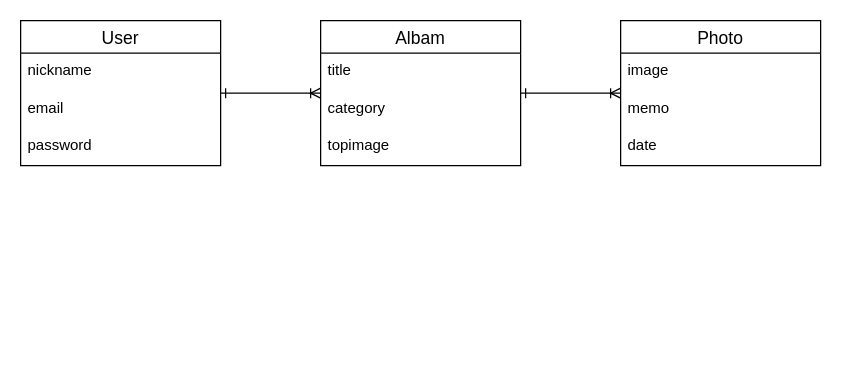
This is er.dio from yuhorn/memoria, a draw.io file, before an edit. Source tidied: cells renumbered, new cells numbered last; positions are measured from the earlier drawing's top-left corner, leaving out a move shared by most shapes. Both pictures are drawn from the tidied source at 125%, with x=0, y=0 at pixel (20, 20).
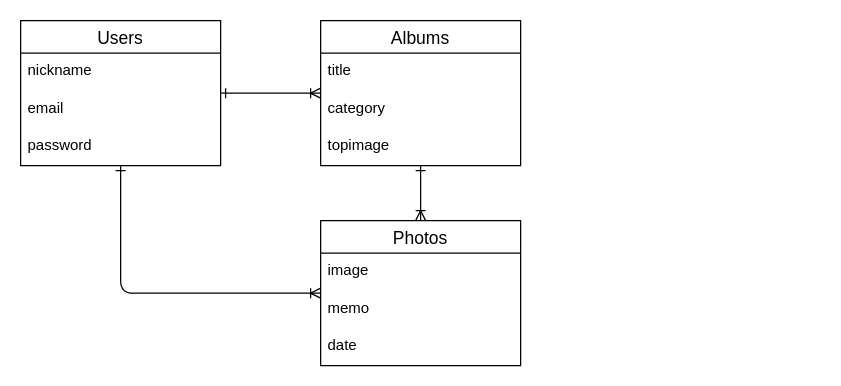
After the change.

Commit message (it also covers changes not shown here):
テーブル設計・ER図修正

The edit, as a diff of the source:
```diff
@@
 <mxGraphModel>
   <root>
     <mxCell id="0" />
     <mxCell id="1" parent="0" />
     <mxCell id="2" style="edgeStyle=none;html=1;endArrow=ERone;endFill=0;startArrow=ERoneToMany;startFill=0;" parent="1" edge="1" source="4" target="8">
       <mxGeometry relative="1" as="geometry" />
     </mxCell>
     <mxCell id="3" style="edgeStyle=none;html=1;endArrow=ERoneToMany;endFill=0;startArrow=ERone;startFill=0;" parent="1" edge="1" source="4" target="12">
       <mxGeometry relative="1" as="geometry" />
     </mxCell>
-    <mxCell id="4" value="Albam" style="swimlane;fontStyle=0;horizontal=1;startSize=26;align=center;fontSize=14;" parent="1" vertex="1">
+    <mxCell id="4" value="Albums" style="swimlane;fontStyle=0;horizontal=1;startSize=26;align=center;fontSize=14;" parent="1" vertex="1">
       <mxGeometry x="240" width="160" height="116" as="geometry" />
     </mxCell>
     <mxCell id="5" value="title" style="text;strokeColor=none;fillColor=none;spacingLeft=4;spacingRight=4;overflow=hidden;fontSize=12;" parent="4" vertex="1">
       <mxGeometry y="26" width="160" height="30" as="geometry" />
     </mxCell>
     <mxCell id="6" value="category" style="text;strokeColor=none;fillColor=none;spacingLeft=4;spacingRight=4;overflow=hidden;fontSize=12;" parent="4" vertex="1">
       <mxGeometry y="56" width="160" height="30" as="geometry" />
     </mxCell>
     <mxCell id="7" value="topimage" style="text;strokeColor=none;fillColor=none;spacingLeft=4;spacingRight=4;overflow=hidden;fontSize=12;" parent="4" vertex="1">
       <mxGeometry y="86" width="160" height="30" as="geometry" />
     </mxCell>
+    <mxCell id="16" style="edgeStyle=none;html=1;startArrow=ERone;startFill=0;endArrow=ERoneToMany;endFill=0;" parent="1" edge="1" source="8" target="12">
+      <mxGeometry relative="1" as="geometry">
+        <Array as="points">
+          <mxPoint x="80" y="218" />
+        </Array>
+      </mxGeometry>
+    </mxCell>
-    <mxCell id="8" value="User" style="swimlane;fontStyle=0;horizontal=1;startSize=26;align=center;fontSize=14;" parent="1" vertex="1">
+    <mxCell id="8" value="Users" style="swimlane;fontStyle=0;horizontal=1;startSize=26;align=center;fontSize=14;" parent="1" vertex="1">
       <mxGeometry width="160" height="116" as="geometry" />
     </mxCell>
     <mxCell id="9" value="nickname" style="text;strokeColor=none;fillColor=none;spacingLeft=4;spacingRight=4;overflow=hidden;fontSize=12;" parent="8" vertex="1">
       <mxGeometry y="26" width="160" height="30" as="geometry" />
     </mxCell>
     <mxCell id="10" value="email" style="text;strokeColor=none;fillColor=none;spacingLeft=4;spacingRight=4;overflow=hidden;fontSize=12;" parent="8" vertex="1">
       <mxGeometry y="56" width="160" height="30" as="geometry" />
     </mxCell>
     <mxCell id="11" value="password" style="text;strokeColor=none;fillColor=none;spacingLeft=4;spacingRight=4;overflow=hidden;fontSize=12;" parent="8" vertex="1">
       <mxGeometry y="86" width="160" height="30" as="geometry" />
     </mxCell>
-    <mxCell id="12" value="Photo" style="swimlane;fontStyle=0;horizontal=1;startSize=26;align=center;fontSize=14;" parent="1" vertex="1">
-      <mxGeometry x="480" width="160" height="116" as="geometry" />
+    <mxCell id="12" value="Photos" style="swimlane;fontStyle=0;horizontal=1;startSize=26;align=center;fontSize=14;" parent="1" vertex="1">
+      <mxGeometry x="240" y="160" width="160" height="116" as="geometry" />
     </mxCell>
     <mxCell id="13" value="image" style="text;strokeColor=none;fillColor=none;spacingLeft=4;spacingRight=4;overflow=hidden;fontSize=12;" parent="12" vertex="1">
       <mxGeometry y="26" width="160" height="30" as="geometry" />
     </mxCell>
     <mxCell id="14" value="memo" style="text;strokeColor=none;fillColor=none;spacingLeft=4;spacingRight=4;overflow=hidden;fontSize=12;" parent="12" vertex="1">
       <mxGeometry y="56" width="160" height="30" as="geometry" />
     </mxCell>
     <mxCell id="15" value="date" style="text;strokeColor=none;fillColor=none;spacingLeft=4;spacingRight=4;overflow=hidden;fontSize=12;" parent="12" vertex="1">
       <mxGeometry y="86" width="160" height="30" as="geometry" />
     </mxCell>
   </root>
 </mxGraphModel>
```
